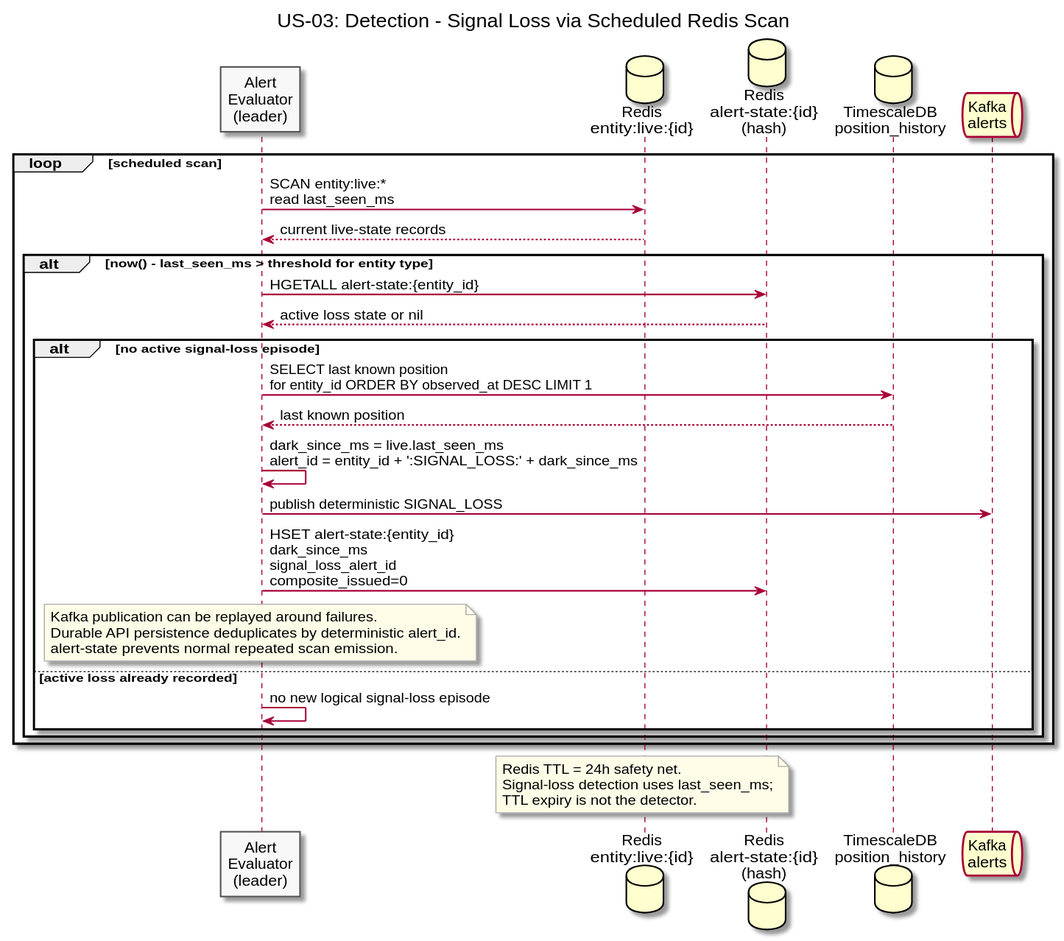
The PlantUML diagram diagrams/docs/use-cases/US-03-signal-loss-alert/detection.svg in Buffden/sentinel, before a commit.
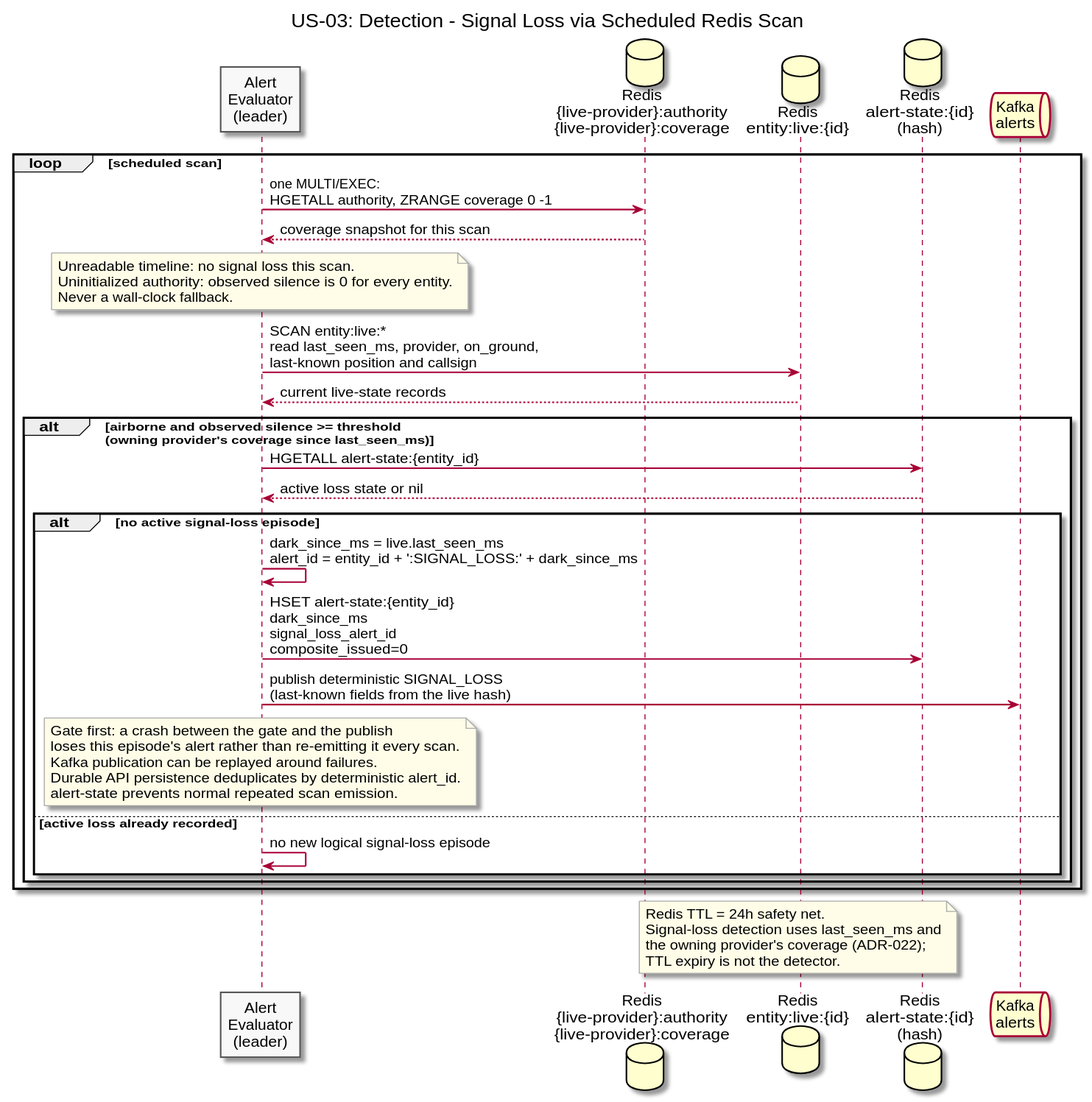
After the commit.

Commit message:
chore: auto-export diagrams [skip ci]

The edit, as a diff of the source:
```diff
@@ -8,28 +8,36 @@
 skinparam noteBackgroundColor #FFFDE7
 
 participant "Alert\nEvaluator\n(leader)" as Evaluator
+database "Redis\n{live-provider}:authority\n{live-provider}:coverage" as Timeline
 database "Redis\nentity:live:{id}" as LiveState
 database "Redis\nalert-state:{id}\n(hash)" as AlertState
-database "TimescaleDB\nposition_history" as TSDB
 queue "Kafka\nalerts" as Kafka
 
 loop scheduled scan
-  Evaluator -> LiveState : SCAN entity:live:*\nread last_seen_ms
+  Evaluator -> Timeline : one MULTI/EXEC:\nHGETALL authority, ZRANGE coverage 0 -1
+  Timeline --> Evaluator : coverage snapshot for this scan
+
+  note over Evaluator
+    Unreadable timeline: no signal loss this scan.
+    Uninitialized authority: observed silence is 0 for every entity.
+    Never a wall-clock fallback.
+  end note
+
+  Evaluator -> LiveState : SCAN entity:live:*\nread last_seen_ms, provider, on_ground,\nlast-known position and callsign
   LiveState --> Evaluator : current live-state records
 
-  alt now() - last_seen_ms > threshold for entity type
+  alt airborne and observed silence >= threshold\n(owning provider's coverage since last_seen_ms)
     Evaluator -> AlertState : HGETALL alert-state:{entity_id}
     AlertState --> Evaluator : active loss state or nil
 
     alt no active signal-loss episode
-      Evaluator -> TSDB : SELECT last known position\nfor entity_id ORDER BY observed_at DESC LIMIT 1
-      TSDB --> Evaluator : last known position
-
       Evaluator -> Evaluator : dark_since_ms = live.last_seen_ms\nalert_id = entity_id + ':SIGNAL_LOSS:' + dark_since_ms
-      Evaluator -> Kafka : publish deterministic SIGNAL_LOSS
       Evaluator -> AlertState : HSET alert-state:{entity_id}\ndark_since_ms\nsignal_loss_alert_id\ncomposite_issued=0
+      Evaluator -> Kafka : publish deterministic SIGNAL_LOSS\n(last-known fields from the live hash)
 
       note over Evaluator
+        Gate first: a crash between the gate and the publish
+        loses this episode's alert rather than re-emitting it every scan.
         Kafka publication can be replayed around failures.
         Durable API persistence deduplicates by deterministic alert_id.
         alert-state prevents normal repeated scan emission.
@@ -42,7 +50,8 @@
 
 note over LiveState
   Redis TTL = 24h safety net.
-  Signal-loss detection uses last_seen_ms;
+  Signal-loss detection uses last_seen_ms and
+  the owning provider's coverage (ADR-022);
   TTL expiry is not the detector.
 end note
 
```
